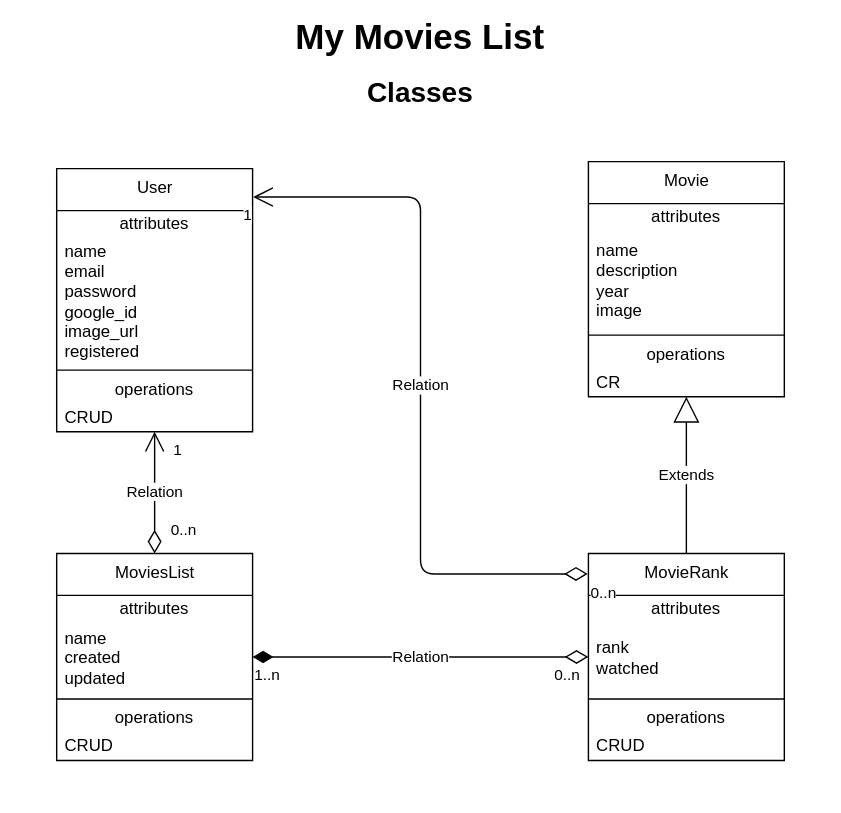
Before: MML-Classes.drawio.svg, a diagram exported from draw.io (itamarc/mymovieslist). Source tidied: cells renumbered, new cells last; positions are measured from the earlier drawing's top-left corner, leaving out a move shared by most shapes.
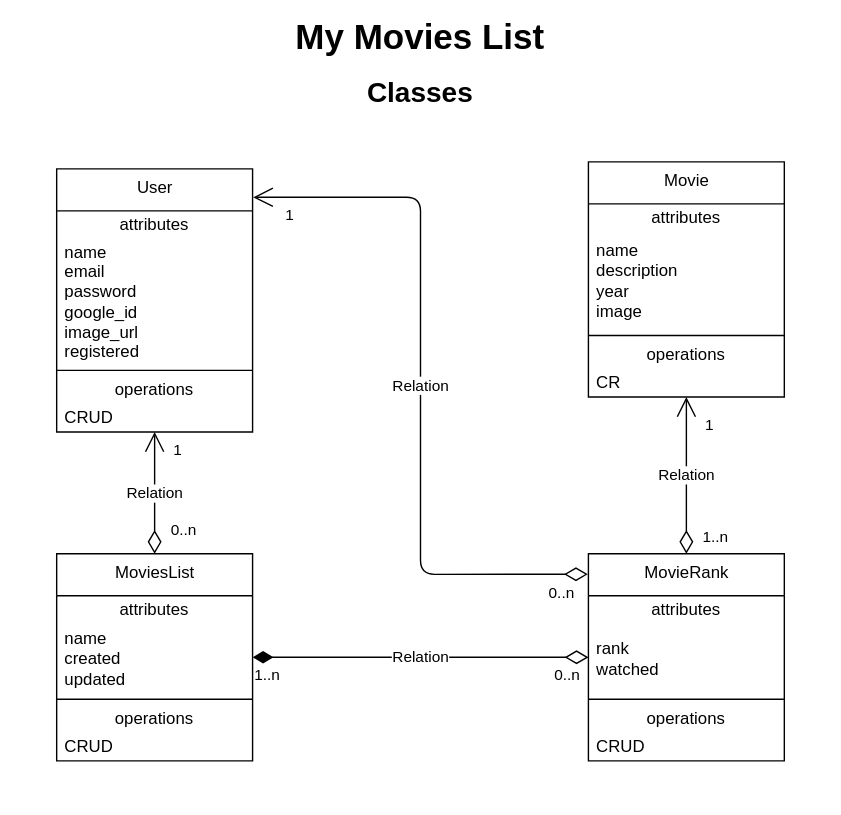
Above is the later version.

Commit message:
Defining the relationship between Movie and MovieRank

The edit, as a diff of the source:
```diff
@@ -104,17 +104,18 @@
     <mxCell id="33" value="CRUD" style="text;html=1;strokeColor=none;fillColor=none;align=left;verticalAlign=middle;spacingLeft=4;spacingRight=4;overflow=hidden;" parent="28" vertex="1">
       <mxGeometry y="128" width="140" height="20" as="geometry" />
     </mxCell>
-    <mxCell id="34" value="Extends" style="endArrow=block;endSize=16;endFill=0;html=1;" parent="3" edge="1" source="28" target="16">
-      <mxGeometry relative="1" as="geometry" />
-    </mxCell>
     <mxCell id="35" value="Relation" style="endArrow=open;html=1;endSize=12;startArrow=diamondThin;startSize=14;startFill=0;edgeStyle=orthogonalEdgeStyle;exitX=-0.003;exitY=0.099;exitDx=0;exitDy=0;exitPerimeter=0;entryX=1.003;entryY=0.108;entryDx=0;entryDy=0;entryPerimeter=0;" parent="3" edge="1" source="28" target="4">
       <mxGeometry relative="1" as="geometry" />
     </mxCell>
     <mxCell id="36" value="0..n" style="edgeLabel;html=1;align=left;verticalAlign=top;" parent="35" vertex="1">
-      <mxGeometry x="-1" relative="1" as="geometry" />
+      <mxGeometry x="-1" relative="1" as="geometry">
+        <mxPoint x="-30" as="offset" />
+      </mxGeometry>
     </mxCell>
     <mxCell id="37" value="1" style="edgeLabel;html=1;align=right;verticalAlign=top;" parent="35" vertex="1">
-      <mxGeometry x="1" relative="1" as="geometry" />
+      <mxGeometry x="1" relative="1" as="geometry">
+        <mxPoint x="30" as="offset" />
+      </mxGeometry>
     </mxCell>
     <mxCell id="38" value="My Movies List" style="text;html=1;strokeColor=none;fillColor=none;align=center;verticalAlign=middle;whiteSpace=wrap;rounded=0;fontStyle=1;fontSize=25;" parent="3" vertex="1">
       <mxGeometry x="40" y="10" width="520" height="30" as="geometry" />
@@ -122,5 +123,18 @@
     <mxCell id="39" value="Classes" style="text;html=1;strokeColor=none;fillColor=none;align=center;verticalAlign=middle;whiteSpace=wrap;rounded=0;fontStyle=1;fontSize=20;" parent="3" vertex="1">
       <mxGeometry x="40" y="50" width="520" height="30" as="geometry" />
     </mxCell>
+    <mxCell id="34" value="Relation" style="endArrow=open;html=1;endSize=12;startArrow=diamondThin;startSize=14;startFill=0;edgeStyle=orthogonalEdgeStyle;" parent="3" edge="1" source="28" target="16">
+      <mxGeometry relative="1" as="geometry" />
+    </mxCell>
+    <mxCell id="40" value="1..n" style="edgeLabel;html=1;align=left;verticalAlign=top;" parent="34" vertex="1">
+      <mxGeometry x="-1" relative="1" as="geometry">
+        <mxPoint x="10" y="-25" as="offset" />
+      </mxGeometry>
+    </mxCell>
+    <mxCell id="41" value="1" style="edgeLabel;html=1;align=right;verticalAlign=top;" parent="34" vertex="1">
+      <mxGeometry x="1" relative="1" as="geometry">
+        <mxPoint x="20" y="7" as="offset" />
+      </mxGeometry>
+    </mxCell>
   </root>
 </mxGraphModel>
```
